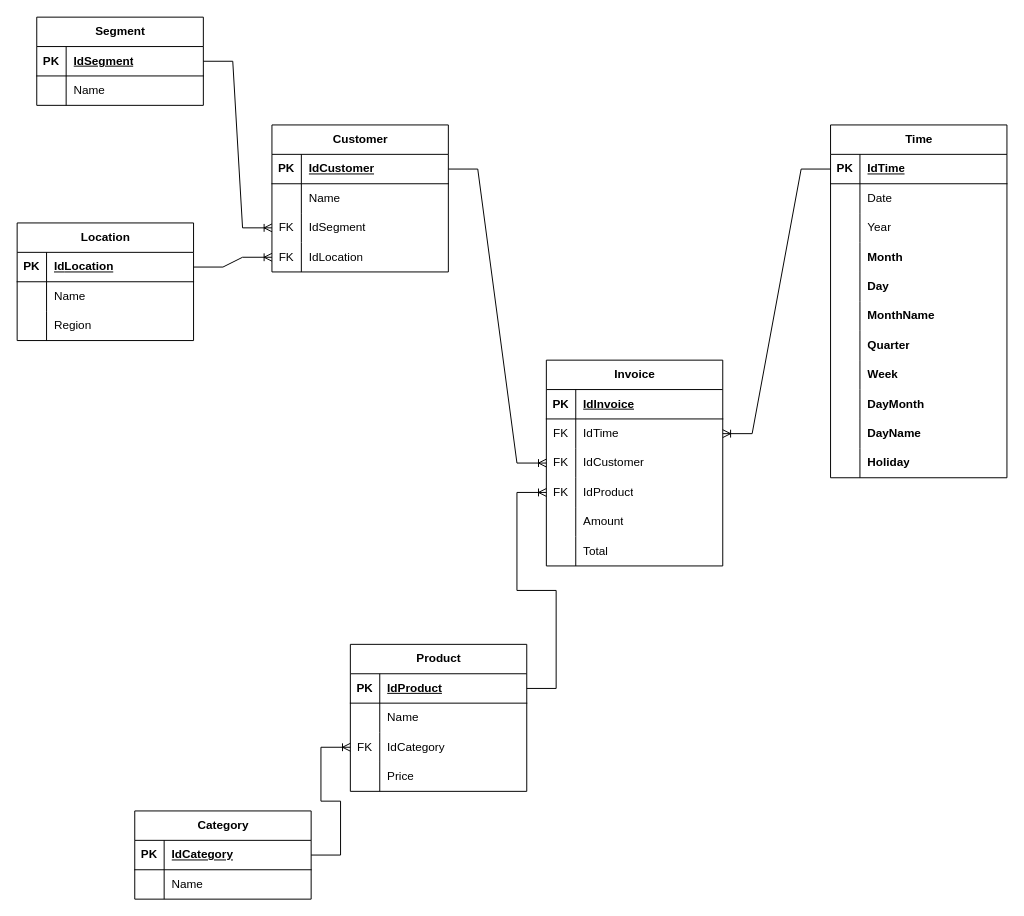
The draw.io diagram Otros/Alegra_Innova.drawio in cgusosve/cgusosve.github.io, before the edit. Source tidied: cells renumbered, new cells numbered last; positions are measured from the earlier drawing's top-left corner, leaving out a move shared by most shapes. Both pictures are drawn from the tidied source at 98%, with x=0, y=0 at pixel (17, 17).
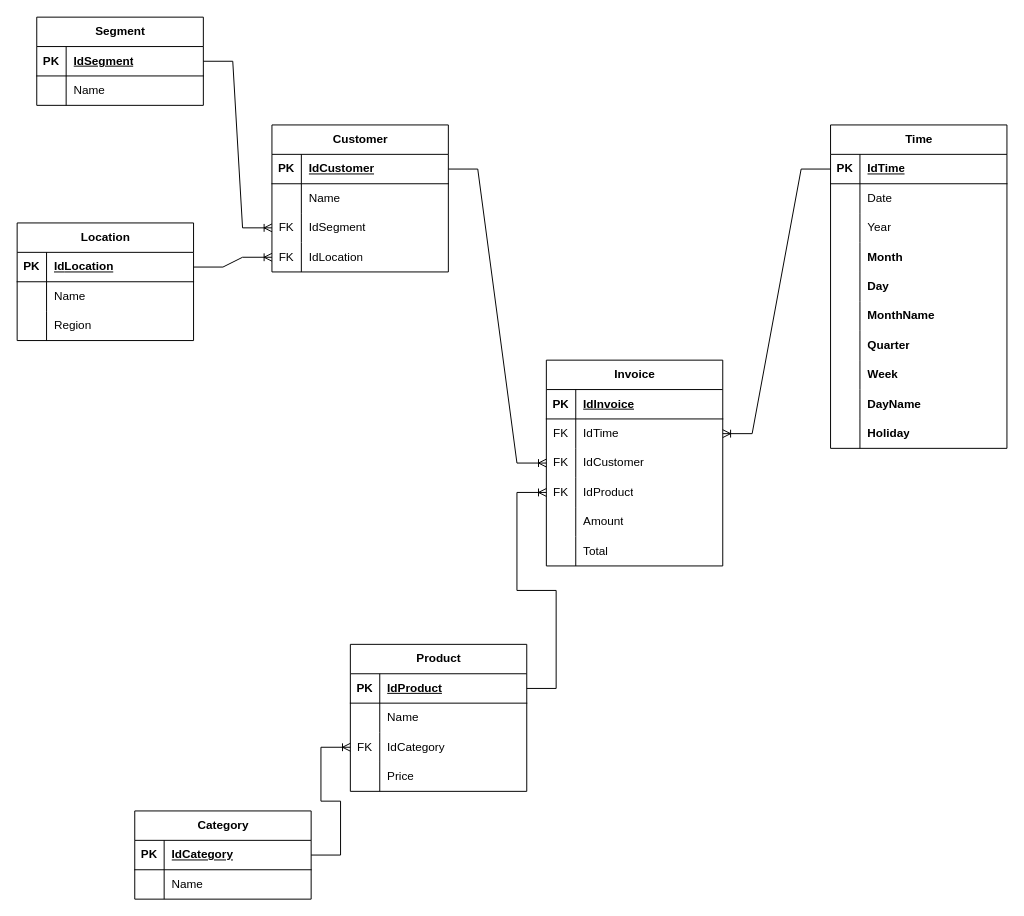
The same diagram, later.

What changed in the source:
```diff
@@
     <mxCell id="55" value="Time" style="shape=table;startSize=30;childLayout=tableLayout;rowLines=0;fontStyle=1;align=center;html=1;" parent="1" vertex="1">
-      <mxGeometry x="830" y="110" width="180" height="360" as="geometry" />
+      <mxGeometry x="830" y="110" width="180" height="330" as="geometry" />
     </mxCell>
@@
-    <mxCell id="80" style="shape=tableRow;horizontal=0;startSize=0;swimlaneHead=0;swimlaneBody=0;fillColor=none;top=0;left=0;right=0;bottom=0;" parent="55" vertex="1">
-      <mxGeometry y="270" width="180" height="30" as="geometry" />
-    </mxCell>
-    <mxCell id="81" style="shape=partialRectangle;fillColor=none;top=0;left=0;bottom=0;right=0;overflow=hidden;whiteSpace=wrap;html=1;" parent="80" vertex="1">
-      <mxGeometry width="30" height="30" as="geometry" />
-    </mxCell>
-    <mxCell id="82" value="&lt;strong&gt;DayMonth&lt;/strong&gt;" style="shape=partialRectangle;fillColor=none;top=0;left=0;bottom=0;right=0;align=left;spacingLeft=6;overflow=hidden;whiteSpace=wrap;html=1;" parent="80" vertex="1">
-      <mxGeometry x="30" width="150" height="30" as="geometry" />
-    </mxCell>
     <mxCell id="83" style="shape=tableRow;horizontal=0;startSize=0;swimlaneHead=0;swimlaneBody=0;fillColor=none;top=0;left=0;right=0;bottom=0;" parent="55" vertex="1">
-      <mxGeometry y="300" width="180" height="30" as="geometry" />
+      <mxGeometry y="270" width="180" height="30" as="geometry" />
     </mxCell>
@@
     <mxCell id="86" style="shape=tableRow;horizontal=0;startSize=0;swimlaneHead=0;swimlaneBody=0;fillColor=none;top=0;left=0;right=0;bottom=0;" parent="55" vertex="1">
-      <mxGeometry y="330" width="180" height="30" as="geometry" />
+      <mxGeometry y="300" width="180" height="30" as="geometry" />
     </mxCell>
```
